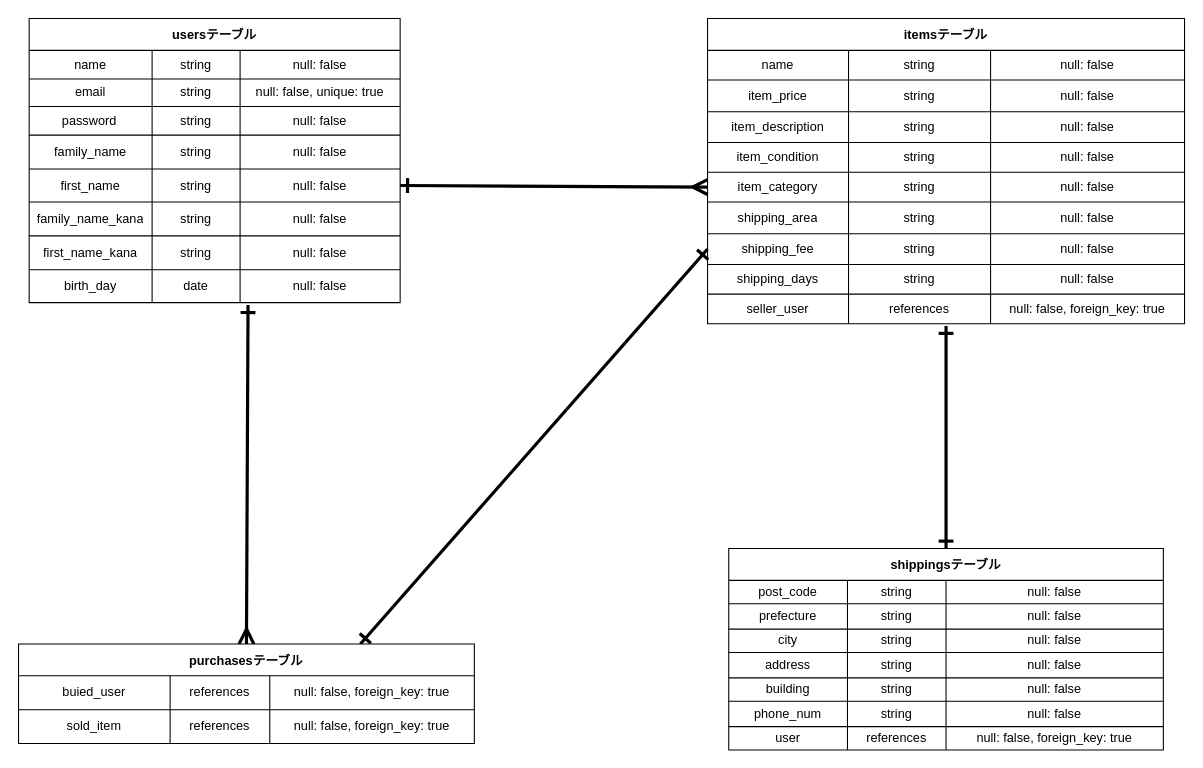
Before: furima-37294.dio in ysd-hrkz/furima-37294, a draw.io diagram. Source tidied: cells renumbered, new cells numbered last; positions are measured from the earlier drawing's top-left corner, leaving out a move shared by most shapes. Both pictures are drawn from the tidied source at 106%, with x=0, y=0 at pixel (18, 18).
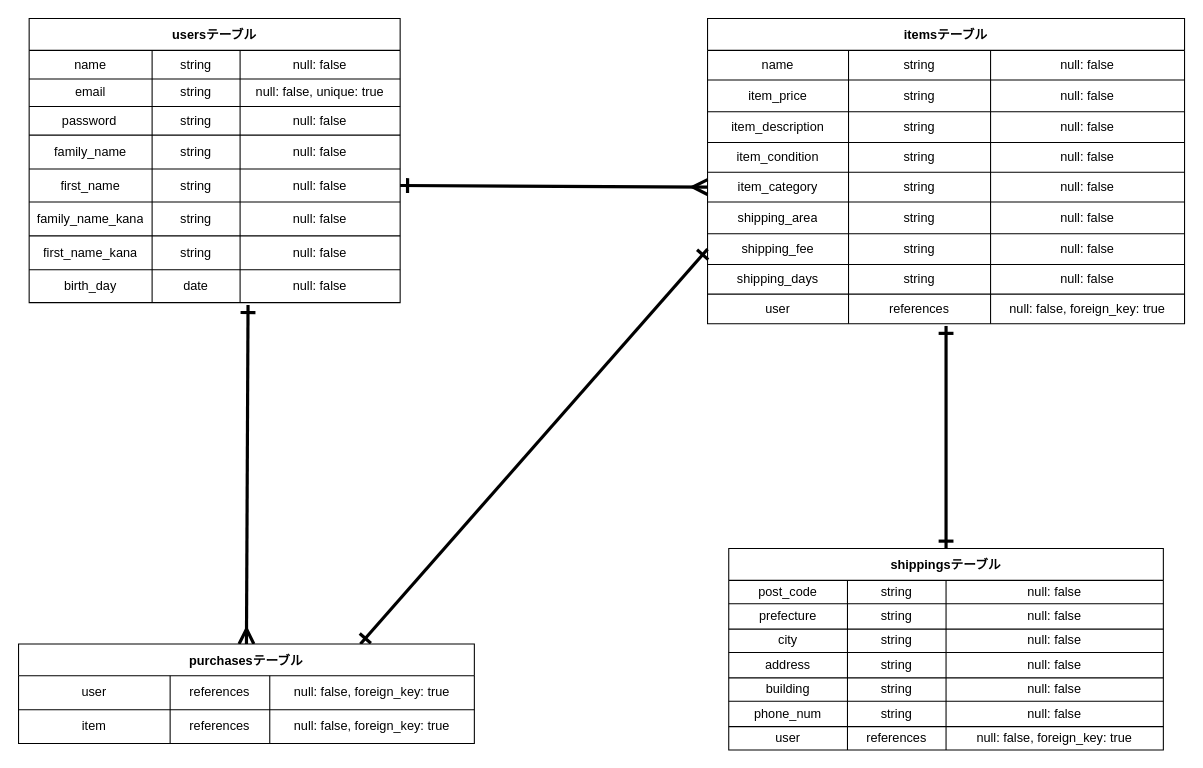
The same diagram, later.

Commit message:
DB設計、ER図修正

The change refers to these unchanged cells:
```xml
<mxCell id="38" style="shape=partialRectangle;html=1;whiteSpace=wrap;fillColor=none;top=0;left=0;bottom=0;right=0;" parent="37" vertex="1">
  <mxGeometry y="30" width="430" height="32" as="geometry" />
</mxCell>
<mxCell id="42" style="shape=partialRectangle;html=1;whiteSpace=wrap;fillColor=none;top=0;left=0;bottom=0;right=0;" parent="37" vertex="1">
  <mxGeometry y="62" width="430" height="32" as="geometry" />
</mxCell>
<mxCell id="79" style="shape=partialRectangle;html=1;whiteSpace=wrap;fillColor=none;top=0;left=0;bottom=0;right=0;" parent="46" vertex="1">
  <mxGeometry y="260" width="450" height="28" as="geometry" />
</mxCell>
```

What changed in the source:
```diff
@@
-    <mxCell id="39" value="buied_user" style="shape=partialRectangle;html=1;whiteSpace=wrap;fillColor=none;top=0;left=0;bottom=0;right=0;overflow=hidden;" parent="38" vertex="1">
+    <mxCell id="39" value="user" style="shape=partialRectangle;html=1;whiteSpace=wrap;fillColor=none;top=0;left=0;bottom=0;right=0;overflow=hidden;" parent="38" vertex="1">
       <mxGeometry width="143" height="32" as="geometry" />
     </mxCell>
@@
-    <mxCell id="43" value="sold_item" style="shape=partialRectangle;html=1;whiteSpace=wrap;fillColor=none;top=0;left=0;bottom=0;right=0;overflow=hidden;" parent="42" vertex="1">
+    <mxCell id="43" value="item" style="shape=partialRectangle;html=1;whiteSpace=wrap;fillColor=none;top=0;left=0;bottom=0;right=0;overflow=hidden;" parent="42" vertex="1">
       <mxGeometry width="143" height="32" as="geometry" />
     </mxCell>
@@
-    <mxCell id="80" value="seller_user" style="shape=partialRectangle;html=1;whiteSpace=wrap;fillColor=none;top=0;left=0;bottom=0;right=0;overflow=hidden;" parent="79" vertex="1">
+    <mxCell id="80" value="user" style="shape=partialRectangle;html=1;whiteSpace=wrap;fillColor=none;top=0;left=0;bottom=0;right=0;overflow=hidden;" parent="79" vertex="1">
       <mxGeometry width="133" height="28" as="geometry" />
     </mxCell>
```
